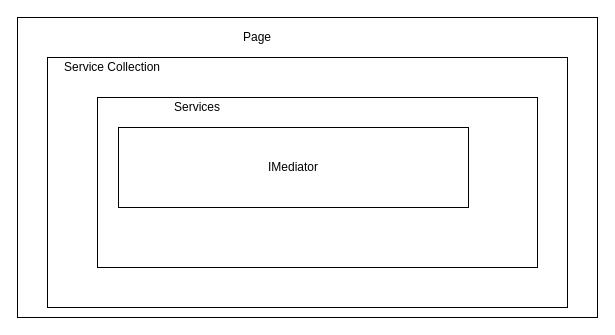
lysiasyahira/DxcAssignment keeps this draw.io diagram as Untitled Diagram.drawio. Above is the earlier version. Source tidied: cells renumbered, new cells numbered last; positions are measured from the earlier drawing's top-left corner, leaving out a move shared by most shapes. Both pictures are drawn from the tidied source at 100%, with x=0, y=0 at pixel (17, 17).
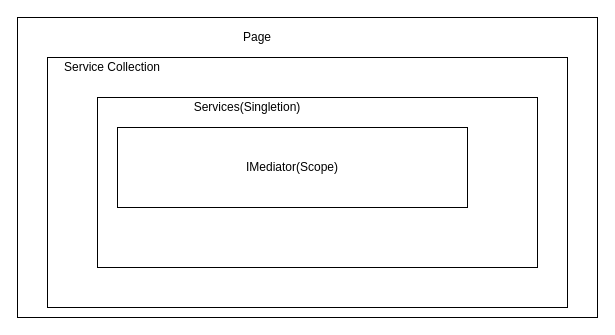
The same diagram, later.

The edit, as a diff of the source:
```diff
@@
 <mxGraphModel>
   <root>
     <mxCell id="0" />
     <mxCell id="1" parent="0" />
     <mxCell id="2" style="rounded=0;whiteSpace=wrap;html=1;" parent="1" vertex="1">
       <mxGeometry width="580" height="300" as="geometry" />
     </mxCell>
     <mxCell id="3" style="rounded=0;whiteSpace=wrap;html=1;" parent="1" vertex="1">
       <mxGeometry x="30" y="40" width="520" height="250" as="geometry" />
     </mxCell>
     <mxCell id="4" style="rounded=0;whiteSpace=wrap;html=1;" parent="1" vertex="1">
       <mxGeometry x="80" y="80" width="440" height="170" as="geometry" />
     </mxCell>
     <mxCell id="5" value="Page" style="text;html=1;strokeColor=none;fillColor=none;align=center;verticalAlign=middle;whiteSpace=wrap;rounded=0;" parent="1" vertex="1">
       <mxGeometry x="220" y="10" width="40" height="20" as="geometry" />
     </mxCell>
-    <mxCell id="6" value="IMediator" style="rounded=0;whiteSpace=wrap;html=1;" parent="1" vertex="1">
-      <mxGeometry x="101" y="110" width="350" height="80" as="geometry" />
+    <mxCell id="6" value="IMediator(Scope)" style="rounded=0;whiteSpace=wrap;html=1;" parent="1" vertex="1">
+      <mxGeometry x="100" y="110" width="350" height="80" as="geometry" />
     </mxCell>
     <mxCell id="7" value="Service Collection" style="text;html=1;strokeColor=none;fillColor=none;align=center;verticalAlign=middle;whiteSpace=wrap;rounded=0;" parent="1" vertex="1">
       <mxGeometry x="40" y="40" width="110" height="20" as="geometry" />
     </mxCell>
-    <mxCell id="8" value="Services" style="text;html=1;strokeColor=none;fillColor=none;align=center;verticalAlign=middle;whiteSpace=wrap;rounded=0;" parent="1" vertex="1">
-      <mxGeometry x="140" y="80" width="80" height="20" as="geometry" />
+    <mxCell id="8" value="Services(Singletion)" style="text;html=1;strokeColor=none;fillColor=none;align=center;verticalAlign=middle;whiteSpace=wrap;rounded=0;" parent="1" vertex="1">
+      <mxGeometry x="140" y="80" width="180" height="20" as="geometry" />
     </mxCell>
   </root>
 </mxGraphModel>
```
